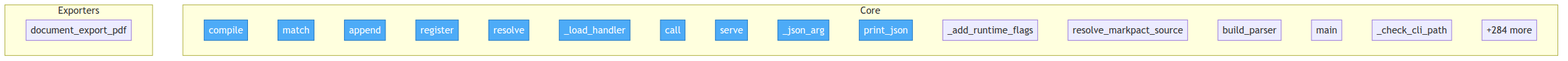
Earlier version of the Mermaid export project/flow.png (tellmesh/urisys). Its source is kept beside it as project/flow.mmd.
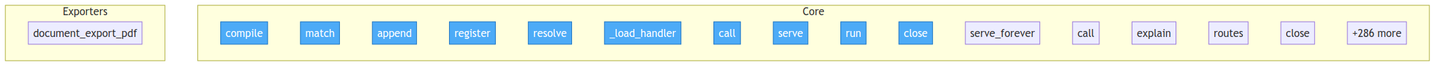
Later version of the same file.

What changed in the source:
```diff
@@ -11,18 +11,18 @@
         packages__python__urisysedge__runtime__Runtime___load_handler["_load_handler"]
         packages__python__urisysedge__runtime__Runtime__call["call"]
         packages__python__urisysedge__runtime__serve["serve"]
-        src__urisys__cli___json_arg["_json_arg"]
-        src__urisys__cli__print_json["print_json"]
-        src__urisys__cli___add_runtime_flags["_add_runtime_flags"]
-        src__urisys__cli__resolve_markpact_source["resolve_markpact_source"]
-        src__urisys__cli__build_parser["build_parser"]
-        src__urisys__cli__main["main"]
-        src__urisys__doctor___check_cli_path["_check_cli_path"]
-        ...["+284 more"]
+        src__urisys__controllers__flow_controller__FlowController__run["run"]
+        src__urisys__controllers__flow_controller__FlowController__close["close"]
+        src__urisys__controllers__server_controller__ServerController__serve_forever["serve_forever"]
+        src__urisys__controllers__uri_controller__UriController__call["call"]
+        src__urisys__controllers__uri_controller__UriController__explain["explain"]
+        src__urisys__controllers__uri_controller__UriController__routes["routes"]
+        src__urisys__controllers__uri_controller__UriController__close["close"]
+        ...["+286 more"]
     end
 
     subgraph Exporters
         urikvm_docker__packages__python__urioffice__handlers__document_export_pdf["document_export_pdf"]
     end
 
-    class packages__python__urisysedge__runtime__Route__compile,packages__python__urisysedge__runtime__Route__match,packages__python__urisysedge__runtime__JsonlEventStore__append,packages__python__urisysedge__runtime__Runtime__register,packages__python__urisysedge__runtime__Runtime__resolve,packages__python__urisysedge__runtime__Runtime___load_handler,packages__python__urisysedge__runtime__Runtime__call,packages__python__urisysedge__runtime__serve,src__urisys__cli___json_arg,src__urisys__cli__print_json entry
+    class packages__python__urisysedge__runtime__Route__compile,packages__python__urisysedge__runtime__Route__match,packages__python__urisysedge__runtime__JsonlEventStore__append,packages__python__urisysedge__runtime__Runtime__register,packages__python__urisysedge__runtime__Runtime__resolve,packages__python__urisysedge__runtime__Runtime___load_handler,packages__python__urisysedge__runtime__Runtime__call,packages__python__urisysedge__runtime__serve,src__urisys__controllers__flow_controller__FlowController__run,src__urisys__controllers__flow_controller__FlowController__close entry
```
